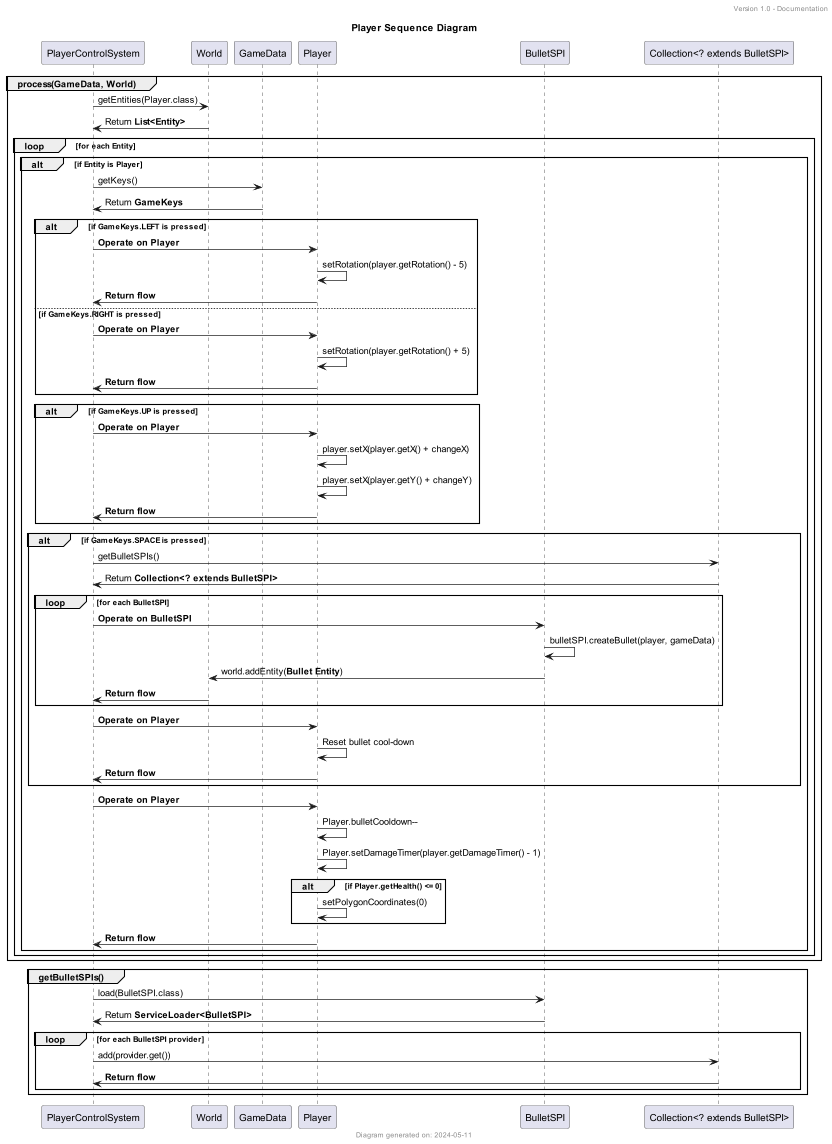
This is Diagrams/Sequence Diagrams/Sequence Diagram Player-Player_Sequence_Diagram.png from XBetaHunterX/AsteroidsFX, a PlantUML export, as it was before one commit.
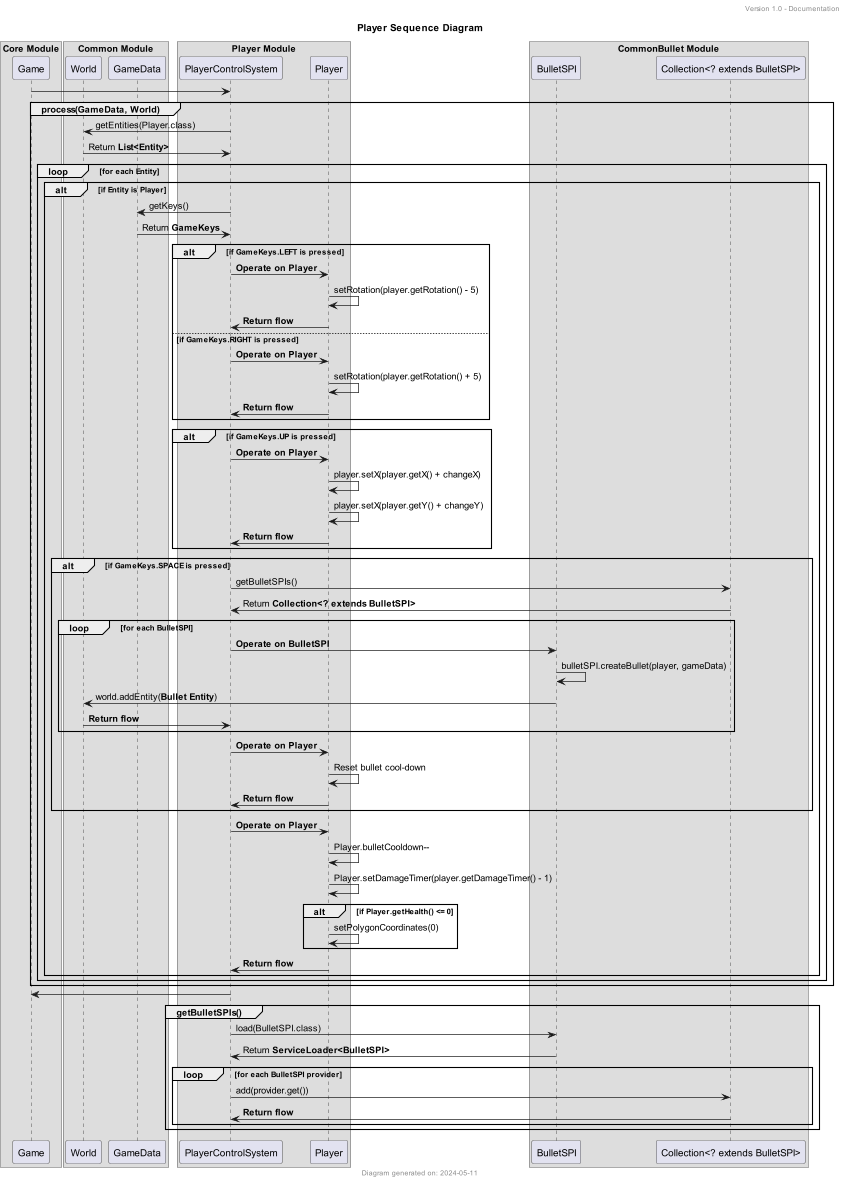
After the change.

Commit message:
Update to denote components in sequence diagram

Change to the diagram source:
```diff
@@ -3,13 +3,26 @@
 header Version 1.0 - Documentation
 footer Diagram generated on: 2024-05-11
 
-participant PlayerControlSystem
+box "Core Module"
+participant Game
+box end
+
+box "Common Module"
 participant World
 participant GameData
+end box
+
+box "Player Module"
+participant PlayerControlSystem
 participant Player
+end box
+
+box "CommonBullet Module"
 participant BulletSPI
 participant "Collection<? extends BulletSPI>"
+end box
 
+Game -> PlayerControlSystem
 group process(GameData, World)
     World <- PlayerControlSystem : getEntities(Player.class)
     World -> PlayerControlSystem : Return **List<Entity>**
@@ -56,6 +69,7 @@
         end
     end
 end
+PlayerControlSystem -> Game
 
 group getBulletSPIs()
     PlayerControlSystem -> BulletSPI : load(BulletSPI.class)
```
